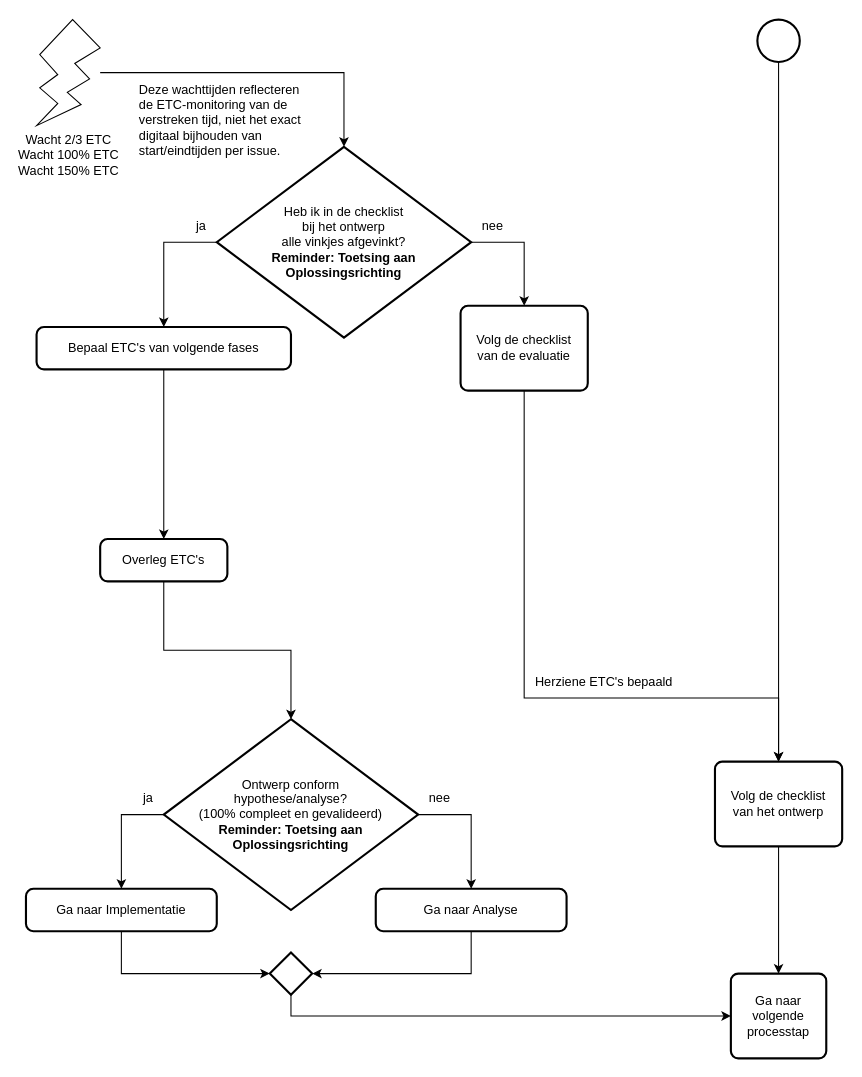
The draw.io diagram 3 Issue Tracker ontwerp.drawio in Zaibatsu89/IssueTracker, before the edit. Source tidied: cells renumbered, new cells numbered last; positions are measured from the earlier drawing's top-left corner, leaving out a move shared by most shapes. Both pictures are drawn from the tidied source at 106%, with x=0, y=0 at pixel (25, 19).
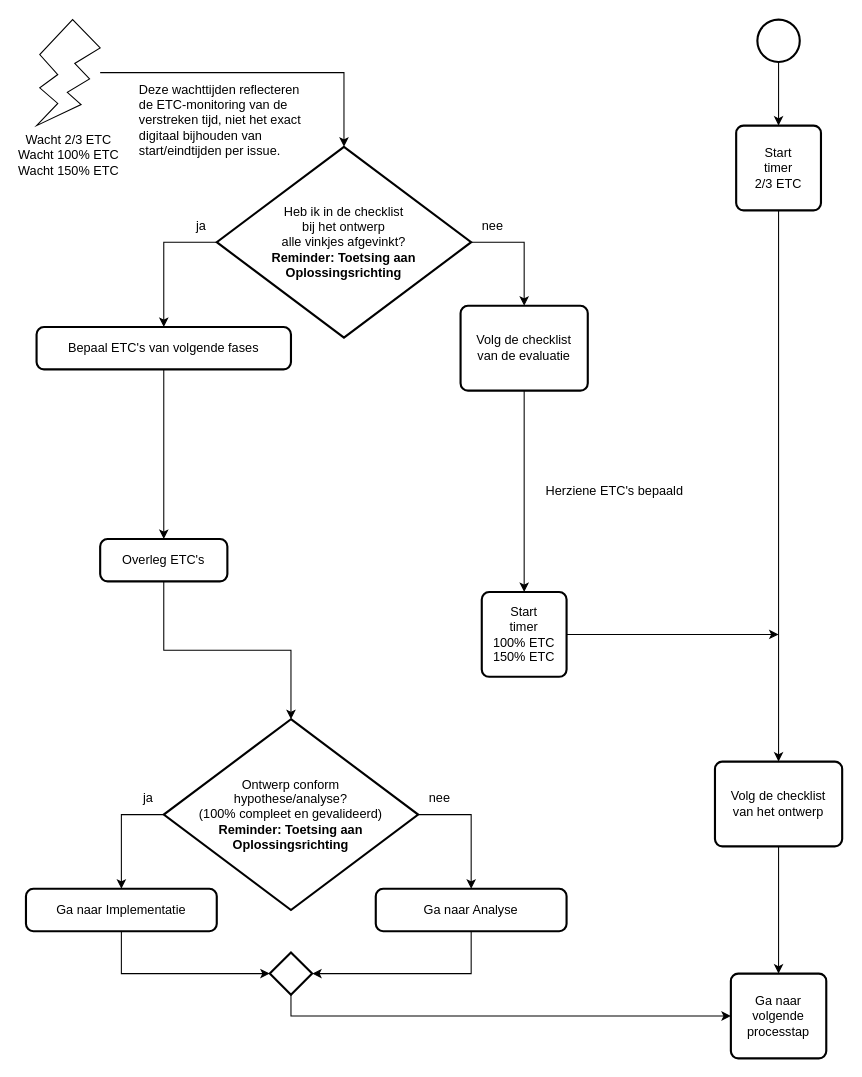
Above is the later version.

Commit message (it also covers changes not shown here):
Voeg "Start timer 2/3", "Start timer 100%" en "Start timer 150%" toe aan flowcharts

Unchanged cells that the change refers to:
```xml
<mxCell id="3" style="strokeWidth=2;html=1;shape=mxgraph.flowchart.start_2;whiteSpace=wrap;" parent="1" vertex="1">
  <mxGeometry x="690" width="40" height="40" as="geometry" />
</mxCell>
<mxCell id="4" value="Volg de checklist&lt;br&gt;van het ontwerp" style="rounded=1;whiteSpace=wrap;html=1;absoluteArcSize=1;arcSize=14;strokeWidth=2;" parent="1" vertex="1">
  <mxGeometry x="650" y="700" width="120" height="80" as="geometry" />
</mxCell>
<mxCell id="21" value="Volg de checklist&lt;br&gt;van de evaluatie" style="rounded=1;whiteSpace=wrap;html=1;absoluteArcSize=1;arcSize=14;strokeWidth=2;" parent="1" vertex="1">
  <mxGeometry x="410" y="270" width="120" height="80" as="geometry" />
</mxCell>
```

Diff of the diagram source:
```diff
@@
-    <mxCell id="2" style="edgeStyle=orthogonalEdgeStyle;rounded=0;jettySize=auto;html=1;exitX=0.5;exitY=1;exitDx=0;exitDy=0;exitPerimeter=0;entryX=0.5;entryY=0;entryDx=0;entryDy=0;" parent="1" edge="1" source="3" target="4">
-      <mxGeometry relative="1" as="geometry" />
-    </mxCell>
+    <mxCell id="33" style="edgeStyle=orthogonalEdgeStyle;rounded=0;jettySize=auto;html=1;" parent="1" edge="1" source="3" target="36">
+      <mxGeometry relative="1" as="geometry" />
+    </mxCell>
@@
+    <mxCell id="34" style="edgeStyle=orthogonalEdgeStyle;rounded=0;jettySize=auto;html=1;" parent="1" edge="1" source="21" target="38">
+      <mxGeometry relative="1" as="geometry" />
+    </mxCell>
@@
     <mxCell id="30" value="Herziene ETC's bepaald" style="text;html=1;align=center;verticalAlign=middle;strokeColor=none;fillColor=none;" parent="1" vertex="1">
-      <mxGeometry x="470" y="610" width="150" height="30" as="geometry" />
+      <mxGeometry x="480" y="430" width="150" height="30" as="geometry" />
     </mxCell>
-    <mxCell id="31" style="edgeStyle=orthogonalEdgeStyle;rounded=0;jettySize=auto;html=1;exitX=0.5;exitY=1;exitDx=0;exitDy=0;" parent="1" edge="1" source="21">
-      <mxGeometry relative="1" as="geometry">
-        <mxPoint x="710" y="700" as="targetPoint" />
-        <Array as="points">
-          <mxPoint x="470" y="640" />
-          <mxPoint x="710" y="640" />
-        </Array>
-      </mxGeometry>
-    </mxCell>
@@
+    <mxCell id="35" style="edgeStyle=orthogonalEdgeStyle;rounded=0;jettySize=auto;html=1;exitX=0.5;exitY=1;exitDx=0;exitDy=0;entryX=0.5;entryY=0;entryDx=0;entryDy=0;" parent="1" edge="1" source="36" target="4">
+      <mxGeometry relative="1" as="geometry" />
+    </mxCell>
+    <mxCell id="36" value="Start&lt;br&gt;timer&lt;br&gt;2/3 ETC" style="rounded=1;whiteSpace=wrap;html=1;absoluteArcSize=1;arcSize=14;strokeWidth=2;" parent="1" vertex="1">
+      <mxGeometry x="670" y="100" width="80" height="80" as="geometry" />
+    </mxCell>
+    <mxCell id="37" style="edgeStyle=orthogonalEdgeStyle;rounded=0;jettySize=auto;html=1;exitX=1;exitY=0.5;exitDx=0;exitDy=0;" parent="1" edge="1" source="38">
+      <mxGeometry relative="1" as="geometry">
+        <mxPoint x="710" y="580" as="targetPoint" />
+      </mxGeometry>
+    </mxCell>
+    <mxCell id="38" value="Start&lt;br&gt;timer&lt;br&gt;100% ETC&lt;br&gt;150% ETC" style="rounded=1;whiteSpace=wrap;html=1;absoluteArcSize=1;arcSize=14;strokeWidth=2;" parent="1" vertex="1">
+      <mxGeometry x="430" y="540" width="80" height="80" as="geometry" />
+    </mxCell>
```
